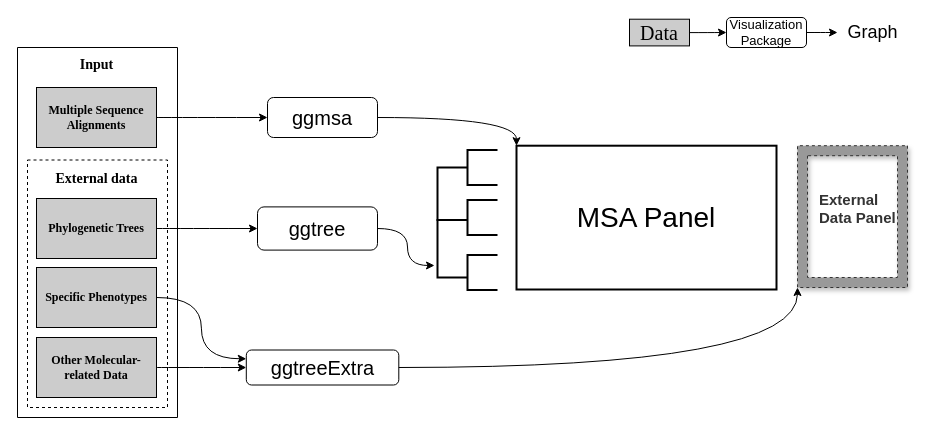
Earlier version of the draw.io diagram draw.io/software_ecosystem.drawio (YuLab-SMU/supplemental-ggmsa). Source tidied: cells renumbered, new cells numbered last; positions are measured from the earlier drawing's top-left corner, leaving out a move shared by most shapes. Both pictures are drawn from the tidied source at 100%, with x=0, y=0 at pixel (17, 17).
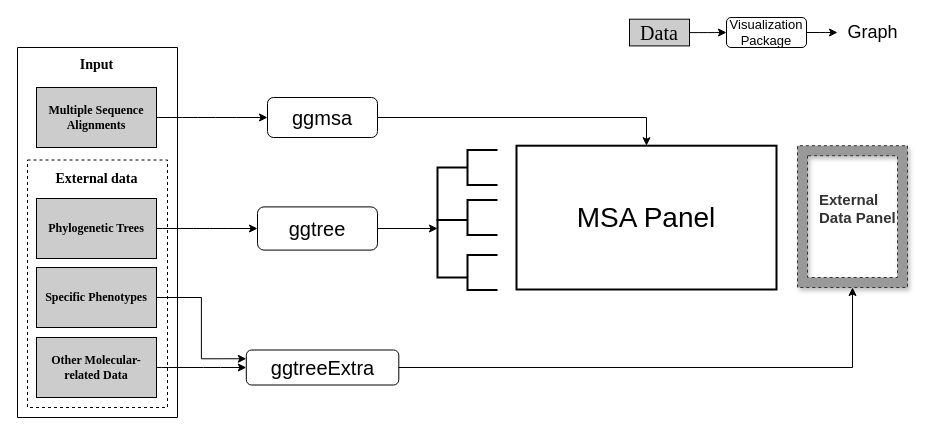
The same diagram, later.

Unchanged cells that the change refers to:
```xml
<mxCell id="11" value="&lt;font style=&quot;font-size: 20px&quot;&gt;ggmsa&lt;/font&gt;" style="rounded=1;whiteSpace=wrap;html=1;fillColor=none;strokeColor=#000000;" parent="1" vertex="1">
  <mxGeometry x="250" y="80" width="110" height="40" as="geometry" />
</mxCell>
<mxCell id="13" value="&lt;font style=&quot;font-size: 20px&quot;&gt;ggtree&lt;/font&gt;" style="rounded=1;whiteSpace=wrap;html=1;strokeColor=#000000;fillColor=none;" parent="1" vertex="1">
  <mxGeometry x="240" y="189.4" width="120" height="43.2" as="geometry" />
</mxCell>
<mxCell id="15" value="&lt;font style=&quot;font-size: 20px&quot;&gt;ggtreeExtra&lt;/font&gt;" style="rounded=1;whiteSpace=wrap;html=1;strokeColor=#000000;fillColor=none;" parent="1" vertex="1">
  <mxGeometry x="228.8" y="332.5" width="152.5" height="35" as="geometry" />
</mxCell>
<mxCell id="22" style="strokeWidth=2;html=1;shape=mxgraph.flowchart.annotation_1;align=left;fillColor=none;" parent="19" vertex="1">
  <mxGeometry y="70" width="30" height="57.5" as="geometry" />
</mxCell>
<mxCell id="25" value="&lt;font style=&quot;font-size: 28px&quot;&gt;MSA Panel&lt;/font&gt;" style="rounded=0;whiteSpace=wrap;html=1;strokeColor=#000000;strokeWidth=2;fillColor=none;" parent="18" vertex="1">
  <mxGeometry x="79" y="88.2" width="260" height="143.8" as="geometry" />
</mxCell>
<mxCell id="27" style="verticalLabelPosition=bottom;verticalAlign=top;html=1;shape=mxgraph.basic.frame;dx=10;strokeColor=#333333;fillColor=#999999;shadow=1;dashed=1;" parent="26" vertex="1">
  <mxGeometry width="110" height="141.8" as="geometry" />
</mxCell>
<mxCell id="35" value="&lt;font face=&quot;Times New Roman&quot;&gt;&lt;b&gt;Specific Phenotypes&lt;/b&gt;&lt;/font&gt;" style="rounded=0;whiteSpace=wrap;html=1;fillColor=#CCCCCC;" parent="1" vertex="1">
  <mxGeometry x="19" y="250" width="120" height="60" as="geometry" />
</mxCell>
```

Change to the diagram source:
```diff
@@
-    <mxCell id="10" style="edgeStyle=orthogonalEdgeStyle;jettySize=auto;html=1;entryX=0;entryY=0;entryDx=0;entryDy=0;curved=1;" parent="1" edge="1" source="11" target="25">
+    <mxCell id="10" style="edgeStyle=orthogonalEdgeStyle;rounded=0;jettySize=auto;html=1;" parent="1" edge="1" source="11" target="25">
       <mxGeometry relative="1" as="geometry" />
     </mxCell>
@@
-    <mxCell id="12" style="edgeStyle=orthogonalEdgeStyle;curved=1;jettySize=auto;html=1;entryX=-0.1;entryY=0.791;entryDx=0;entryDy=0;entryPerimeter=0;" parent="1" edge="1" source="13" target="22">
+    <mxCell id="12" style="edgeStyle=orthogonalEdgeStyle;rounded=0;jettySize=auto;html=1;entryX=0;entryY=0.148;entryDx=0;entryDy=0;entryPerimeter=0;" parent="1" edge="1" source="13" target="22">
       <mxGeometry relative="1" as="geometry" />
     </mxCell>
@@
-    <mxCell id="14" style="edgeStyle=orthogonalEdgeStyle;curved=1;jettySize=auto;html=1;entryX=0;entryY=1;entryDx=0;entryDy=0;entryPerimeter=0;" parent="1" edge="1" source="15" target="27">
-      <mxGeometry relative="1" as="geometry">
-        <Array as="points">
-          <mxPoint x="780" y="350" />
-        </Array>
-      </mxGeometry>
+    <mxCell id="14" style="edgeStyle=orthogonalEdgeStyle;rounded=0;jettySize=auto;html=1;entryX=0.5;entryY=1;entryDx=0;entryDy=0;entryPerimeter=0;" parent="1" edge="1" source="15" target="27">
+      <mxGeometry relative="1" as="geometry" />
     </mxCell>
@@
-    <mxCell id="34" style="edgeStyle=orthogonalEdgeStyle;jettySize=auto;html=1;entryX=0;entryY=0.25;entryDx=0;entryDy=0;curved=1;" parent="1" edge="1" source="35" target="15">
+    <mxCell id="34" style="edgeStyle=orthogonalEdgeStyle;jettySize=auto;html=1;entryX=0;entryY=0.25;entryDx=0;entryDy=0;rounded=0;" parent="1" edge="1" source="35" target="15">
       <mxGeometry relative="1" as="geometry" />
     </mxCell>
```
